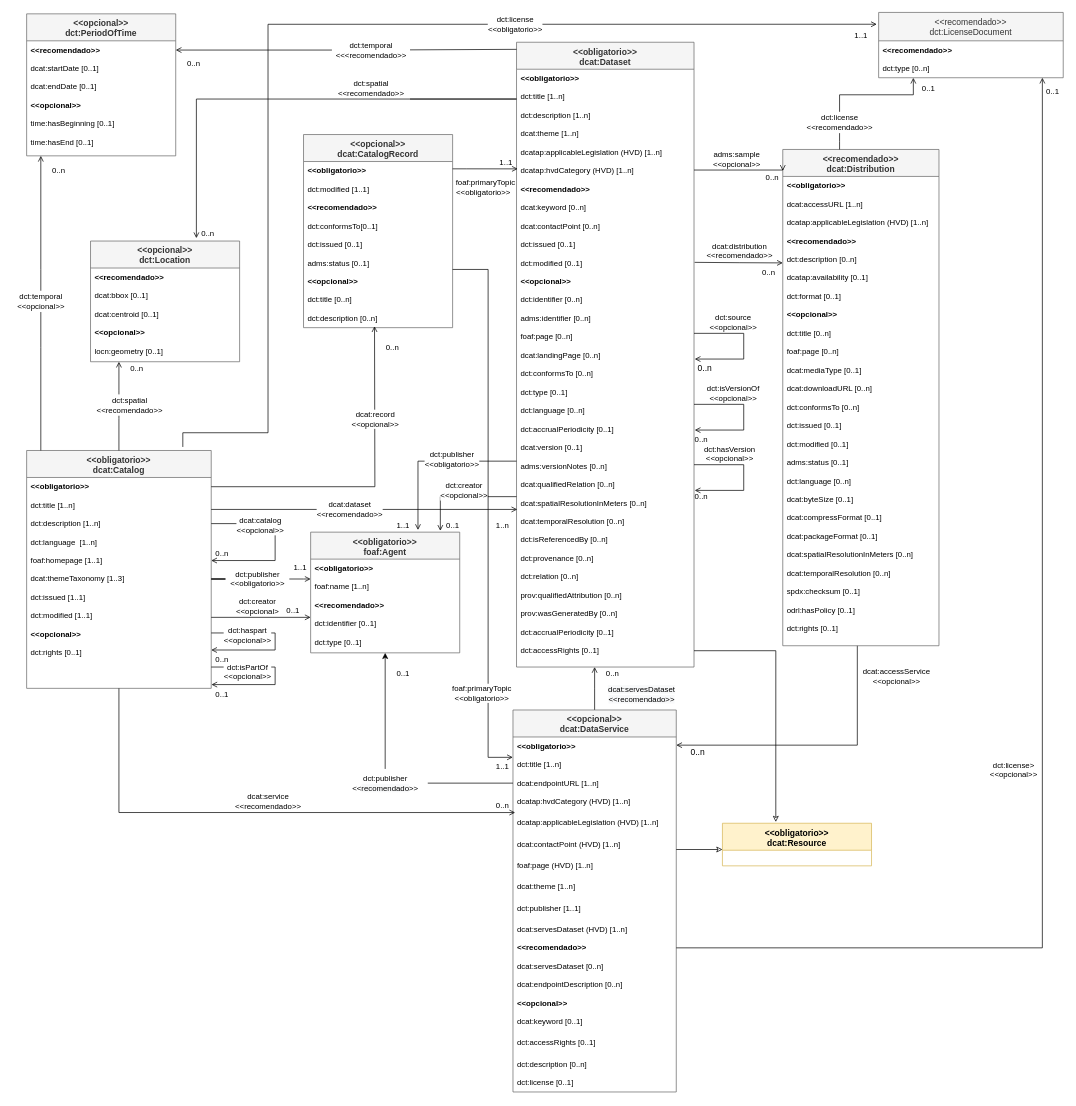
This is docs/img/uml/dcat-ap-es.drawio from datosgobes/DCAT-AP-ES, a draw.io file, before an edit. Source tidied: cells renumbered, new cells numbered last; positions are measured from the earlier drawing's top-left corner, leaving out a move shared by most shapes. Both pictures are drawn from the tidied source at 71%, with x=0, y=0 at pixel (12, 12).
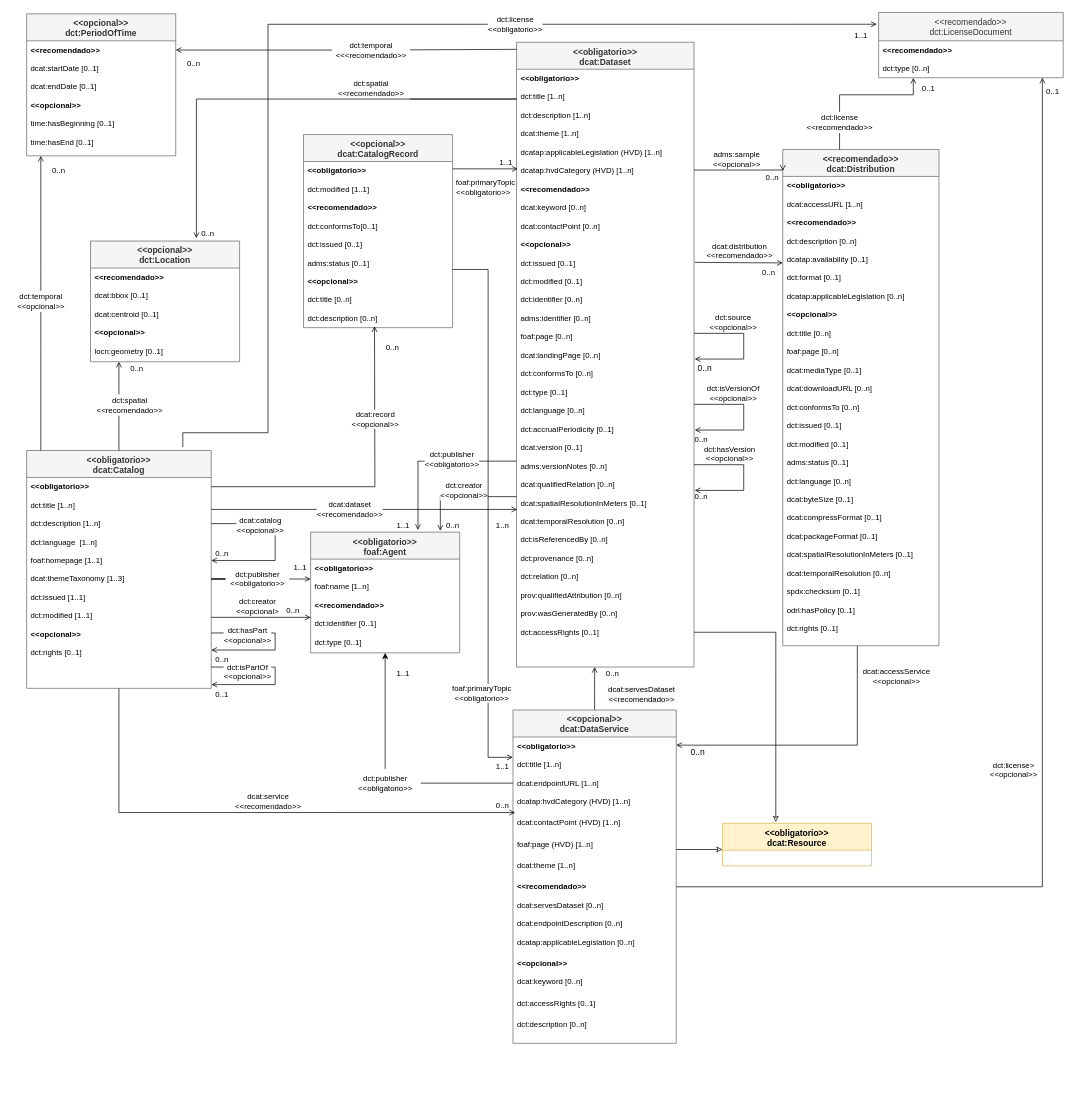
The same diagram, later.

Commit message (it also covers changes not shown here):
Mejora y correción de errores de la guía DCAT-AP-ES

Unchanged cells that the change refers to:
```xml
<mxCell id="5" value="&lt;&lt;recomendado&gt;&gt;&#10;dcat:Distribution" style="swimlane;fontStyle=1;align=center;verticalAlign=top;horizontal=1;startSize=38;rounded=0;shadow=0;strokeWidth=1;fillColor=#f5f5f5;fontColor=#333333;strokeColor=#666666;" parent="1" vertex="1">
  <mxGeometry x="1085" y="193" width="220" height="699" as="geometry" />
</mxCell>
<mxCell id="32" value="&lt;&lt;obligatorio&gt;&gt;&#10;dcat:Dataset" style="swimlane;fontStyle=1;align=center;verticalAlign=top;horizontal=1;startSize=38;rounded=0;shadow=0;strokeWidth=1;fillColor=#f5f5f5;fontColor=#333333;strokeColor=#666666;" parent="1" vertex="1">
  <mxGeometry x="710" y="42" width="250" height="880" as="geometry" />
</mxCell>
<mxCell id="108" style="edgeStyle=orthogonalEdgeStyle;rounded=0;orthogonalLoop=1;jettySize=auto;html=1;fontSize=11;endArrow=open;endFill=0;" parent="99" edge="1">
  <mxGeometry relative="1" as="geometry">
    <mxPoint x="260" y="257" as="sourcePoint" />
    <mxPoint x="260" y="281" as="targetPoint" />
    <Array as="points">
      <mxPoint x="350" y="257" />
      <mxPoint x="350" y="281" />
    </Array>
  </mxGeometry>
</mxCell>
```

Diff of the diagram source:
```diff
@@
-    <mxCell id="8" value="dcatap:applicableLegislation (HVD) [1..n]" style="text;align=left;verticalAlign=top;spacingLeft=4;spacingRight=4;overflow=hidden;fontSize=11;" parent="5" vertex="1">
-      <mxGeometry y="90" width="220" height="26" as="geometry" />
-    </mxCell>
     <mxCell id="9" value="&lt;&lt;recomendado&gt;&gt;" style="text;align=left;verticalAlign=top;spacingLeft=4;spacingRight=4;overflow=hidden;rounded=0;shadow=0;html=0;fontStyle=1;fontSize=11;" parent="5" vertex="1">
-      <mxGeometry y="116" width="220" height="26" as="geometry" />
+      <mxGeometry y="90" width="220" height="26" as="geometry" />
     </mxCell>
     <mxCell id="10" value="dct:description [0..n]" style="text;align=left;verticalAlign=top;spacingLeft=4;spacingRight=4;overflow=hidden;rounded=0;shadow=0;html=0;fontSize=11;" parent="5" vertex="1">
-      <mxGeometry y="142" width="220" height="26" as="geometry" />
+      <mxGeometry y="116" width="220" height="26" as="geometry" />
     </mxCell>
     <mxCell id="11" value="dcatap:availability [0..1]" style="text;align=left;verticalAlign=top;spacingLeft=4;spacingRight=4;overflow=hidden;rounded=0;shadow=0;html=0;fontSize=11;" parent="5" vertex="1">
-      <mxGeometry y="168" width="220" height="26" as="geometry" />
+      <mxGeometry y="142" width="220" height="26" as="geometry" />
     </mxCell>
     <mxCell id="12" value="dct:format [0..1]" style="text;align=left;verticalAlign=top;spacingLeft=4;spacingRight=4;overflow=hidden;fontSize=11;" parent="5" vertex="1">
-      <mxGeometry y="194" width="220" height="26" as="geometry" />
+      <mxGeometry y="168" width="220" height="26" as="geometry" />
     </mxCell>
+    <mxCell id="213" value="dcatap:applicableLegislation [0..n]" style="text;align=left;verticalAlign=top;spacingLeft=4;spacingRight=4;overflow=hidden;fontSize=11;" parent="5" vertex="1">
+      <mxGeometry y="194" width="220" height="26" as="geometry" />
+    </mxCell>
@@
-    <mxCell id="26" value="dcat:spatialResolutionInMeters [0..n]" style="text;align=left;verticalAlign=top;spacingLeft=4;spacingRight=4;overflow=hidden;fontSize=11;" parent="5" vertex="1">
+    <mxCell id="26" value="dcat:spatialResolutionInMeters [0..1]" style="text;align=left;verticalAlign=top;spacingLeft=4;spacingRight=4;overflow=hidden;fontSize=11;" parent="5" vertex="1">
       <mxGeometry y="558" width="220" height="26" as="geometry" />
     </mxCell>
@@
+    <mxCell id="44" value="&lt;&lt;opcional&gt;&gt;" style="text;align=left;verticalAlign=top;spacingLeft=4;spacingRight=4;overflow=hidden;fontSize=11;fontStyle=1;" parent="32" vertex="1">
+      <mxGeometry y="272" width="250" height="26" as="geometry" />
+    </mxCell>
     <mxCell id="42" value="dct:issued [0..1]" style="text;align=left;verticalAlign=top;spacingLeft=4;spacingRight=4;overflow=hidden;fontSize=11;" parent="32" vertex="1">
-      <mxGeometry y="272" width="250" height="26" as="geometry" />
+      <mxGeometry y="298" width="250" height="26" as="geometry" />
     </mxCell>
     <mxCell id="43" value="dct:modified [0..1]" style="text;align=left;verticalAlign=top;spacingLeft=4;spacingRight=4;overflow=hidden;fontSize=11;" parent="32" vertex="1">
-      <mxGeometry y="298" width="250" height="26" as="geometry" />
+      <mxGeometry y="324" width="250" height="26" as="geometry" />
     </mxCell>
-    <mxCell id="44" value="&lt;&lt;opcional&gt;&gt;" style="text;align=left;verticalAlign=top;spacingLeft=4;spacingRight=4;overflow=hidden;fontSize=11;fontStyle=1;" parent="32" vertex="1">
-      <mxGeometry y="324" width="250" height="26" as="geometry" />
-    </mxCell>
@@
-    <mxCell id="56" value="dcat:spatialResolutionInMeters [0..n]" style="text;align=left;verticalAlign=top;spacingLeft=4;spacingRight=4;overflow=hidden;points=[[0,0.5],[1,0.5]];portConstraint=eastwest;fontSize=11;" parent="32" vertex="1">
+    <mxCell id="56" value="dcat:spatialResolutionInMeters [0..1]" style="text;align=left;verticalAlign=top;spacingLeft=4;spacingRight=4;overflow=hidden;points=[[0,0.5],[1,0.5]];portConstraint=eastwest;fontSize=11;" parent="32" vertex="1">
       <mxGeometry y="636" width="250" height="26" as="geometry" />
     </mxCell>
@@
-    <mxCell id="63" value="dct:accrualPeriodicity [0..1]" style="text;align=left;verticalAlign=top;spacingLeft=4;spacingRight=4;overflow=hidden;fontSize=11;" parent="32" vertex="1">
-      <mxGeometry y="818" width="250" height="26" as="geometry" />
-    </mxCell>
     <mxCell id="64" value="dct:accessRights [0..1]" style="text;align=left;verticalAlign=top;spacingLeft=4;spacingRight=4;overflow=hidden;points=[[0,0.5],[1,0.5]];portConstraint=eastwest;fontSize=11;" parent="32" vertex="1">
-      <mxGeometry y="844" width="250" height="26" as="geometry" />
+      <mxGeometry y="818" width="250" height="26" as="geometry" />
     </mxCell>
@@
     <mxCell id="68" value="&lt;&lt;opcional&gt;&gt;&#10;dcat:DataService" style="swimlane;fontStyle=1;align=center;verticalAlign=top;horizontal=1;startSize=38;rounded=0;shadow=0;strokeWidth=1;fillColor=#f5f5f5;fontColor=#333333;strokeColor=#666666;" parent="1" vertex="1">
-      <mxGeometry x="705" y="982.5" width="230" height="538" as="geometry" />
+      <mxGeometry x="705" y="982.5" width="230" height="469.5" as="geometry" />
     </mxCell>
@@
-    <mxCell id="73" value="dcatap:applicableLegislation (HVD) [1..n]" style="text;align=left;verticalAlign=top;spacingLeft=4;spacingRight=4;overflow=hidden;fontSize=11;" parent="68" vertex="1">
-      <mxGeometry y="146" width="230" height="30" as="geometry" />
-    </mxCell>
     <mxCell id="74" value="dcat:contactPoint (HVD) [1..n]" style="text;align=left;verticalAlign=top;spacingLeft=4;spacingRight=4;overflow=hidden;fontSize=11;" parent="68" vertex="1">
-      <mxGeometry y="176" width="230" height="30" as="geometry" />
+      <mxGeometry y="146" width="230" height="30" as="geometry" />
     </mxCell>
     <mxCell id="75" value="foaf:page (HVD) [1..n]" style="text;align=left;verticalAlign=top;spacingLeft=4;spacingRight=4;overflow=hidden;fontSize=11;" parent="68" vertex="1">
-      <mxGeometry y="206" width="230" height="30" as="geometry" />
+      <mxGeometry y="176" width="230" height="30" as="geometry" />
     </mxCell>
     <mxCell id="76" value="dcat:theme [1..n]" style="text;align=left;verticalAlign=top;spacingLeft=4;spacingRight=4;overflow=hidden;fontSize=11;" parent="68" vertex="1">
-      <mxGeometry y="236" width="230" height="30" as="geometry" />
+      <mxGeometry y="206" width="230" height="30" as="geometry" />
     </mxCell>
-    <mxCell id="77" value="dct:publisher [1..1]" style="text;align=left;verticalAlign=top;spacingLeft=4;spacingRight=4;overflow=hidden;fontSize=11;" parent="68" vertex="1">
-      <mxGeometry y="266" width="230" height="30" as="geometry" />
-    </mxCell>
-    <mxCell id="78" value="dcat:servesDataset (HVD) [1..n]" style="text;align=left;verticalAlign=top;spacingLeft=4;spacingRight=4;overflow=hidden;fontSize=11;" parent="68" vertex="1">
-      <mxGeometry y="296" width="230" height="26" as="geometry" />
-    </mxCell>
     <mxCell id="79" value="&lt;&lt;recomendado&gt;&gt;" style="text;align=left;verticalAlign=top;spacingLeft=4;spacingRight=4;overflow=hidden;points=[[0,0.5],[1,0.5]];portConstraint=eastwest;rounded=0;shadow=0;html=0;fontSize=11;fontStyle=1;" parent="68" vertex="1">
-      <mxGeometry y="322" width="230" height="26" as="geometry" />
+      <mxGeometry y="236" width="230" height="26" as="geometry" />
     </mxCell>
     <mxCell id="80" value="dcat:servesDataset [0..n]" style="text;align=left;verticalAlign=top;spacingLeft=4;spacingRight=4;overflow=hidden;fontSize=11;" parent="68" vertex="1">
-      <mxGeometry y="348" width="230" height="26" as="geometry" />
+      <mxGeometry y="262" width="230" height="26" as="geometry" />
     </mxCell>
     <mxCell id="81" value="dcat:endpointDescription [0..n]" style="text;align=left;verticalAlign=top;spacingLeft=4;spacingRight=4;overflow=hidden;fontSize=11;" parent="68" vertex="1">
-      <mxGeometry y="374" width="230" height="26" as="geometry" />
+      <mxGeometry y="288" width="230" height="26" as="geometry" />
     </mxCell>
+    <mxCell id="214" value="dcatap:applicableLegislation [0..n]" style="text;align=left;verticalAlign=top;spacingLeft=4;spacingRight=4;overflow=hidden;fontSize=11;" parent="68" vertex="1">
+      <mxGeometry y="314" width="230" height="30" as="geometry" />
+    </mxCell>
     <mxCell id="82" value="&lt;&lt;opcional&gt;&gt;" style="text;align=left;verticalAlign=top;spacingLeft=4;spacingRight=4;overflow=hidden;fontSize=11;fontStyle=1;" parent="68" vertex="1">
-      <mxGeometry y="400" width="230" height="26" as="geometry" />
+      <mxGeometry y="344" width="230" height="26" as="geometry" />
     </mxCell>
-    <mxCell id="83" value="dcat:keyword [0..1]" style="text;align=left;verticalAlign=top;spacingLeft=4;spacingRight=4;overflow=hidden;fontSize=11;" parent="68" vertex="1">
-      <mxGeometry y="426" width="230" height="30" as="geometry" />
+    <mxCell id="83" value="dcat:keyword [0..n]" style="text;align=left;verticalAlign=top;spacingLeft=4;spacingRight=4;overflow=hidden;fontSize=11;" parent="68" vertex="1">
+      <mxGeometry y="370" width="230" height="30" as="geometry" />
     </mxCell>
     <mxCell id="84" value="dct:accessRights [0..1]" style="text;align=left;verticalAlign=top;spacingLeft=4;spacingRight=4;overflow=hidden;fontSize=11;" parent="68" vertex="1">
-      <mxGeometry y="456" width="230" height="30" as="geometry" />
+      <mxGeometry y="400" width="230" height="30" as="geometry" />
     </mxCell>
     <mxCell id="85" value="dct:description [0..n]" style="text;align=left;verticalAlign=top;spacingLeft=4;spacingRight=4;overflow=hidden;fontSize=11;" parent="68" vertex="1">
-      <mxGeometry y="486" width="230" height="26" as="geometry" />
+      <mxGeometry y="430" width="230" height="26" as="geometry" />
     </mxCell>
-    <mxCell id="86" value="dct:license [0..1]" style="text;align=left;verticalAlign=top;spacingLeft=4;spacingRight=4;overflow=hidden;fontSize=11;" parent="68" vertex="1">
-      <mxGeometry y="512" width="230" height="26" as="geometry" />
-    </mxCell>
@@
-    <mxCell id="109" value="dct:haspart&lt;br&gt;&amp;lt;&amp;lt;opcional&amp;gt;&amp;gt;" style="edgeLabel;html=1;align=center;verticalAlign=middle;fontSize=11;" parent="108" vertex="1">
+    <mxCell id="109" value="dct:hasPart&lt;br&gt;&amp;lt;&amp;lt;opcional&amp;gt;&amp;gt;" style="edgeLabel;html=1;align=center;verticalAlign=middle;fontSize=11;" parent="108" vertex="1">
       <mxGeometry x="-0.7" y="-2" relative="1" as="geometry">
         <mxPoint x="19" as="offset" />
       </mxGeometry>
     </mxCell>
@@
-    <mxCell id="149" value="0..1" style="text;html=1;align=center;verticalAlign=middle;strokeColor=none;fillColor=none;fontSize=11;fontColor=#000000;" parent="1" vertex="1">
-      <mxGeometry x="380" y="832" width="30" height="20" as="geometry" />
+    <mxCell id="149" value="0..n" style="text;html=1;align=center;verticalAlign=middle;strokeColor=none;fillColor=none;fontSize=11;fontColor=#000000;" parent="1" vertex="1">
+      <mxGeometry x="375" y="827" width="40" height="30" as="geometry" />
     </mxCell>
@@
-    <mxCell id="178" value="0..1" style="text;html=1;align=center;verticalAlign=middle;strokeColor=none;fillColor=none;fontSize=11;fontColor=#000000;" parent="1" vertex="1">
-      <mxGeometry x="605" y="712" width="30" height="20" as="geometry" />
+    <mxCell id="178" value="0..n" style="text;html=1;align=center;verticalAlign=middle;strokeColor=none;fillColor=none;fontSize=11;fontColor=#000000;" parent="1" vertex="1">
+      <mxGeometry x="600" y="707" width="40" height="30" as="geometry" />
     </mxCell>
@@
-    <mxCell id="210" value="dct:publisher&lt;br&gt;&amp;lt;&amp;lt;&lt;span style=&quot;background-color: rgb(248, 249, 250);&quot;&gt;recomendado&lt;/span&gt;&amp;gt;&amp;gt;" style="text;html=1;align=center;verticalAlign=middle;points=[];strokeColor=none;fillColor=none;fontSize=11;fontColor=#000000;" parent="1" vertex="1">
-      <mxGeometry x="465" y="1065.5" width="120" height="40" as="geometry" />
+    <mxCell id="210" value="dct:publisher&lt;br&gt;&amp;lt;&amp;lt;&lt;span style=&quot;background-color: rgb(248, 249, 250);&quot;&gt;obligatorio&lt;/span&gt;&amp;gt;&amp;gt;" style="text;html=1;align=center;verticalAlign=middle;points=[];strokeColor=none;fillColor=none;fontSize=11;fontColor=#000000;" parent="1" vertex="1">
+      <mxGeometry x="475" y="1065.5" width="100" height="40" as="geometry" />
     </mxCell>
-    <mxCell id="211" value="0..1" style="text;html=1;align=center;verticalAlign=middle;strokeColor=none;fillColor=none;fontSize=11;fontColor=#000000;" parent="1" vertex="1">
+    <mxCell id="211" value="1..1" style="text;html=1;align=center;verticalAlign=middle;strokeColor=none;fillColor=none;fontSize=11;fontColor=#000000;" parent="1" vertex="1">
       <mxGeometry x="530" y="916" width="40" height="30" as="geometry" />
     </mxCell>
```
